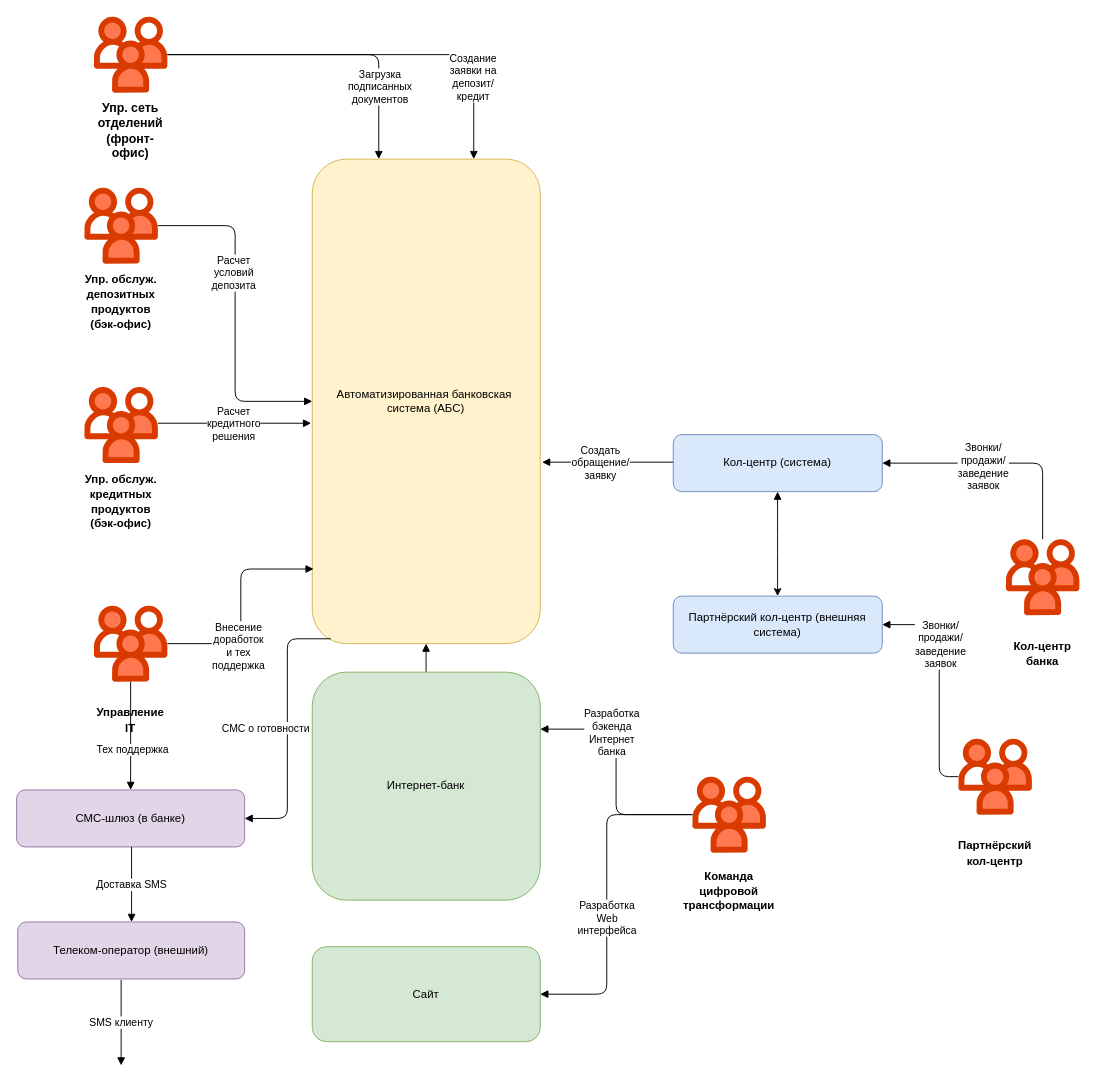
Above: task_1/integration_diagram.drawio in Irbiss555/architecture-standart (draw.io), before the change. Source tidied: cells renumbered, new cells numbered last; positions are measured from the earlier drawing's top-left corner, leaving out a move shared by most shapes. Both pictures are drawn from the tidied source at 95%, with x=0, y=0 at pixel (16, 16).
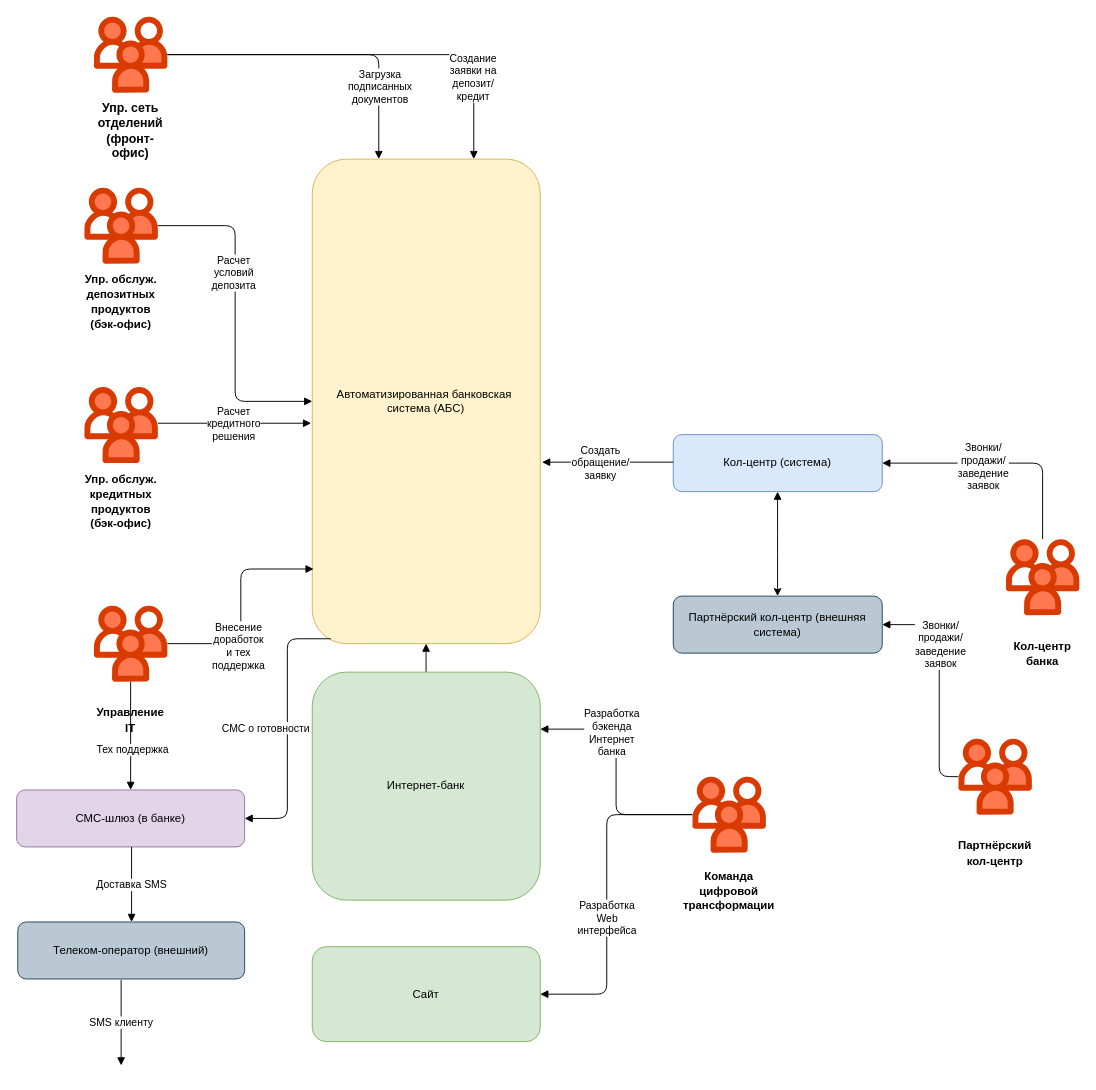
Above is the later version.

Commit message (it also covers changes not shown here):
Add Architecture Design Record (ADR)

The edit, as a diff of the source:
```diff
@@
-    <mxCell id="4" value="Партнёрский кол-центр (внешняя система)" style="rounded=1;whiteSpace=wrap;html=1;fillColor=#dae8fc;strokeColor=#6c8ebf;" parent="1" vertex="1">
+    <mxCell id="4" value="Партнёрский кол-центр (внешняя система)" style="rounded=1;whiteSpace=wrap;html=1;fillColor=#bac8d3;strokeColor=#23445d;" parent="1" vertex="1">
       <mxGeometry x="691.2" y="610" width="220" height="60" as="geometry" />
     </mxCell>
@@
-    <mxCell id="7" value="Телеком-оператор (внешний)" style="rounded=1;whiteSpace=wrap;html=1;fillColor=#e1d5e7;strokeColor=#9673a6;" parent="1" vertex="1">
+    <mxCell id="7" value="Телеком-оператор (внешний)" style="rounded=1;whiteSpace=wrap;html=1;fillColor=#bac8d3;strokeColor=#23445d;" parent="1" vertex="1">
       <mxGeometry x="1.2" y="953" width="238.8" height="60" as="geometry" />
     </mxCell>
```
